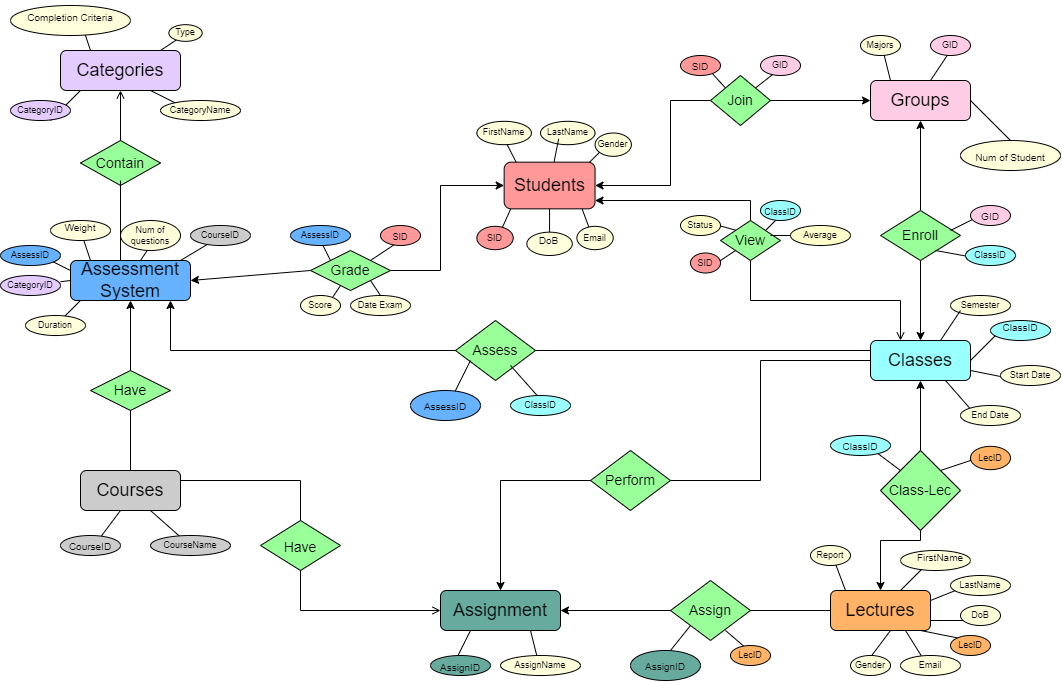
Before: Update ERD.drawio.png, a diagram exported from draw.io (Vovietmanh/DBI202-MyAssignment). Source tidied: cells renumbered, new cells last; positions are measured from the earlier drawing's top-left corner, leaving out a move shared by most shapes.
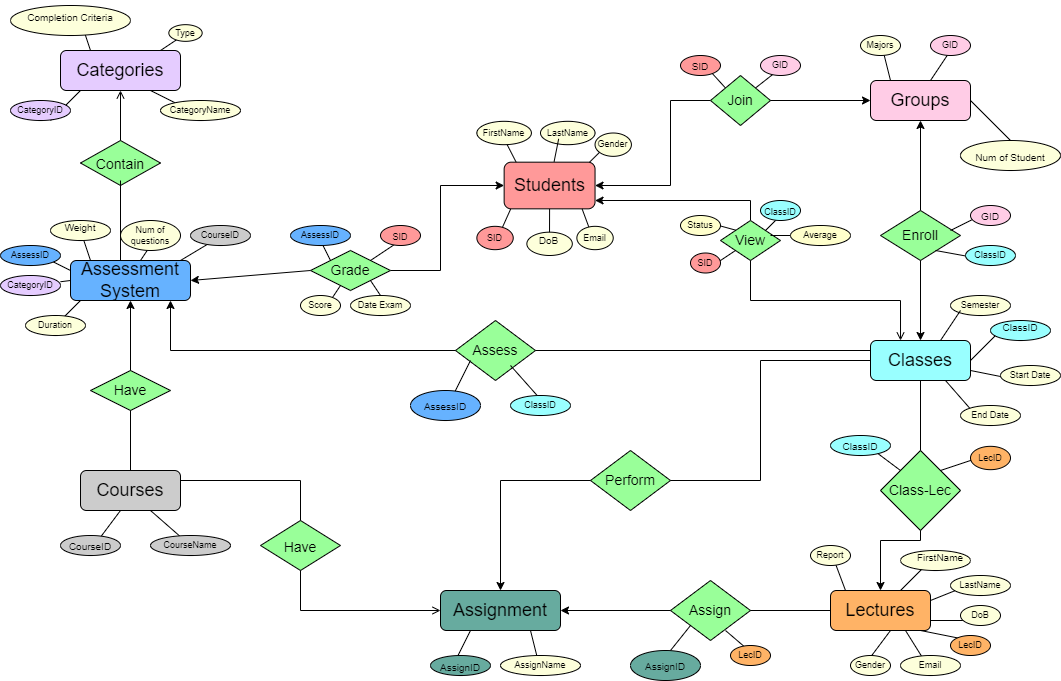
After the change.

Diff of the diagram source:
```diff
@@ -355,11 +355,6 @@
     <mxCell id="97" value="End Date" style="text;html=1;strokeColor=none;fillColor=none;align=center;verticalAlign=middle;whiteSpace=wrap;rounded=0;fontSize=9;" parent="95" vertex="1">
       <mxGeometry width="60" height="30" as="geometry" />
     </mxCell>
-    <mxCell id="98" style="endArrow=classic;html=1;rounded=0;fontSize=9;entryX=0.5;entryY=1;entryDx=0;entryDy=0;" parent="1" edge="1" target="80">
-      <mxGeometry relative="1" as="geometry">
-        <mxPoint x="920" y="450" as="sourcePoint" />
-      </mxGeometry>
-    </mxCell>
     <mxCell id="99" style="group;" parent="1" vertex="1">
       <mxGeometry x="880" y="450" width="80" height="80" as="geometry" />
     </mxCell>
@@ -1123,5 +1118,10 @@
         </Array>
       </mxGeometry>
     </mxCell>
+    <mxCell id="305" style="endArrow=none;html=1;rounded=0;startSize=14;endSize=14;sourcePerimeterSpacing=8;targetPerimeterSpacing=8;curved=1;exitX=0.5;exitY=0;exitDx=0;exitDy=0;" parent="1" edge="1" source="100">
+      <mxGeometry relative="1" as="geometry">
+        <mxPoint x="920" y="380" as="targetPoint" />
+      </mxGeometry>
+    </mxCell>
   </root>
 </mxGraphModel>
```
